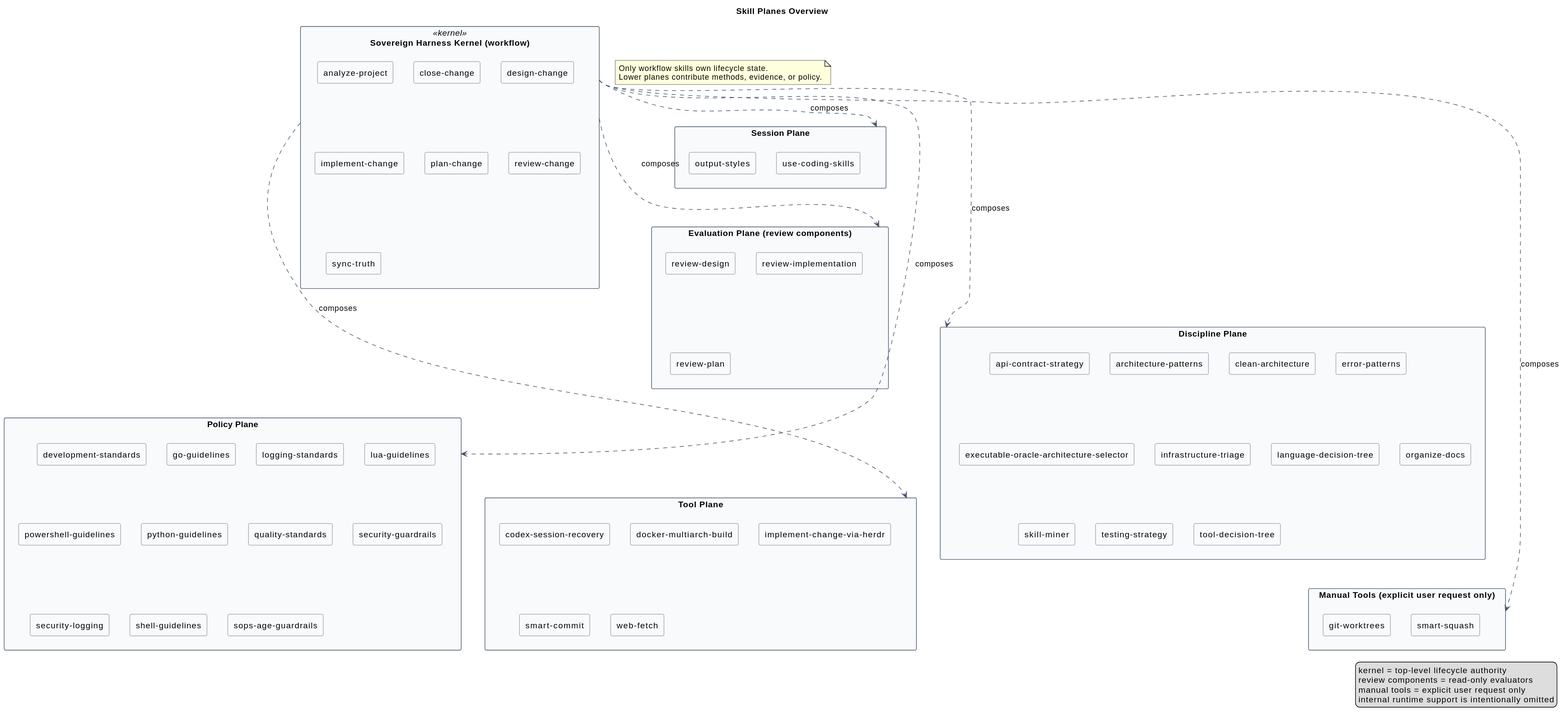
CsHeng/agent-skills keeps this PlantUML diagram as docs/architecture/generated/skill-planes.svg. Above is the earlier version.
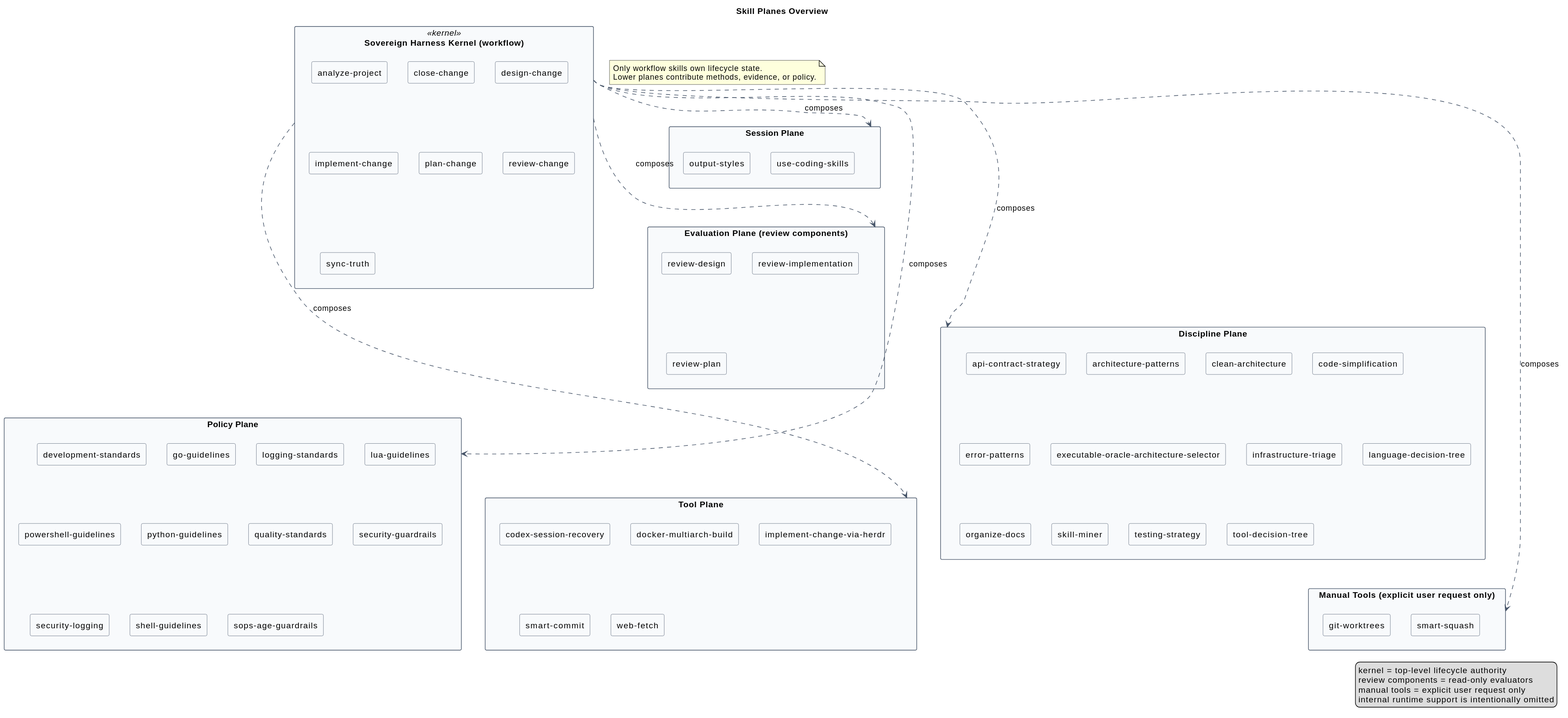
Above is the later version.

What changed in the source:
```diff
@@ -34,6 +34,7 @@
   rectangle "api-contract-strategy" as n_api_contract_strategy
   rectangle "architecture-patterns" as n_architecture_patterns
   rectangle "clean-architecture" as n_clean_architecture
+  rectangle "code-simplification" as n_code_simplification
   rectangle "error-patterns" as n_error_patterns
   rectangle "executable-oracle-architecture-selector" as n_executable_oracle_architecture_selector
   rectangle "infrastructure-triage" as n_infrastructure_triage
```
